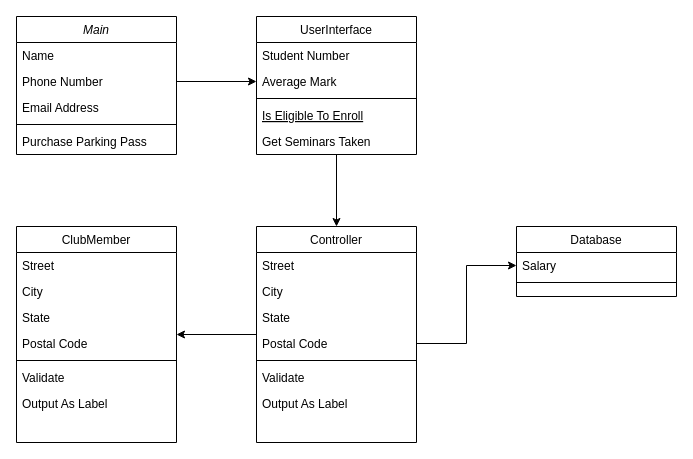
Before: Delfine Domænemodel.drawio in MarcusFN/DelfinenProject, a draw.io diagram. Source tidied: cells renumbered, new cells numbered last; positions are measured from the earlier drawing's top-left corner, leaving out a move shared by most shapes. Both pictures are drawn from the tidied source at 100%, with x=0, y=0 at pixel (16, 16).
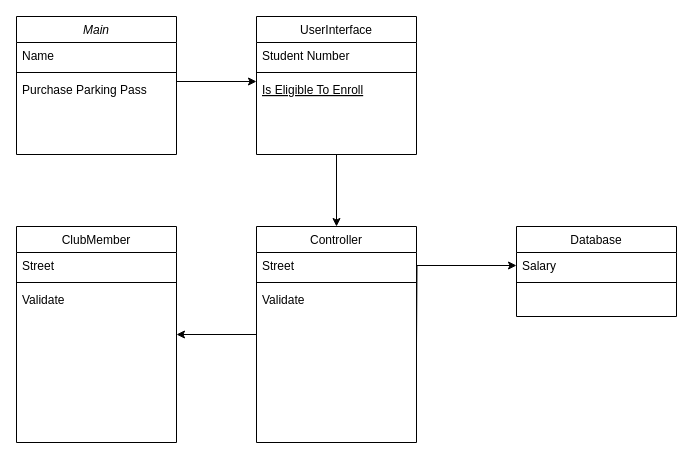
After the change.

The change refers to these unchanged cells:
```xml
<mxCell id="2" value="Main" style="swimlane;fontStyle=2;align=center;verticalAlign=top;horizontal=1;startSize=26;rounded=0;shadow=0;strokeWidth=1;" parent="1" vertex="1">
  <mxGeometry width="160" height="138" as="geometry" />
</mxCell>
<mxCell id="9" value="UserInterface" style="swimlane;fontStyle=0;align=center;verticalAlign=top;horizontal=1;startSize=26;rounded=0;shadow=0;strokeWidth=1;" parent="1" vertex="1">
  <mxGeometry x="240" width="160" height="138" as="geometry" />
</mxCell>
<mxCell id="16" value="Salary" style="text;align=left;verticalAlign=top;spacingLeft=4;spacingRight=4;overflow=hidden;points=[[0,0.5],[1,0.5]];portConstraint=eastwest;" parent="15" vertex="1">
  <mxGeometry y="26" width="160" height="26" as="geometry" />
</mxCell>
<mxCell id="19" value="Controller" style="swimlane;fontStyle=0;align=center;verticalAlign=top;horizontal=1;startSize=26;rounded=0;shadow=0;strokeWidth=1;" parent="1" vertex="1">
  <mxGeometry x="240" y="210" width="160" height="216" as="geometry" />
</mxCell>
<mxCell id="29" value="ClubMember" style="swimlane;fontStyle=0;align=center;verticalAlign=top;horizontal=1;startSize=26;rounded=0;shadow=0;strokeWidth=1;" parent="1" vertex="1">
  <mxGeometry y="210" width="160" height="216" as="geometry" />
</mxCell>
```

Change to the diagram source:
```diff
@@
-    <mxCell id="4" value="Phone Number" style="text;align=left;verticalAlign=top;spacingLeft=4;spacingRight=4;overflow=hidden;points=[[0,0.5],[1,0.5]];portConstraint=eastwest;rounded=0;shadow=0;html=0;" parent="2" vertex="1">
-      <mxGeometry y="52" width="160" height="26" as="geometry" />
-    </mxCell>
-    <mxCell id="5" value="Email Address" style="text;align=left;verticalAlign=top;spacingLeft=4;spacingRight=4;overflow=hidden;rounded=0;shadow=0;html=0;" parent="2" vertex="1">
-      <mxGeometry y="78" width="160" height="26" as="geometry" />
-    </mxCell>
     <mxCell id="6" style="line;html=1;strokeWidth=1;align=left;verticalAlign=middle;spacingTop=-1;spacingLeft=3;spacingRight=3;labelPosition=right;" parent="2" vertex="1">
-      <mxGeometry y="104" width="160" height="8" as="geometry" />
+      <mxGeometry y="52" width="160" height="8" as="geometry" />
     </mxCell>
     <mxCell id="7" value="Purchase Parking Pass" style="text;align=left;verticalAlign=top;spacingLeft=4;spacingRight=4;overflow=hidden;" parent="2" vertex="1">
-      <mxGeometry y="112" width="160" height="26" as="geometry" />
+      <mxGeometry y="60" width="160" height="26" as="geometry" />
     </mxCell>
@@
-    <mxCell id="11" value="Average Mark" style="text;align=left;verticalAlign=top;spacingLeft=4;spacingRight=4;overflow=hidden;points=[[0,0.5],[1,0.5]];portConstraint=eastwest;rounded=0;shadow=0;html=0;" parent="9" vertex="1">
-      <mxGeometry y="52" width="160" height="26" as="geometry" />
-    </mxCell>
     <mxCell id="12" style="line;html=1;strokeWidth=1;align=left;verticalAlign=middle;spacingTop=-1;spacingLeft=3;spacingRight=3;labelPosition=right;" parent="9" vertex="1">
-      <mxGeometry y="78" width="160" height="8" as="geometry" />
+      <mxGeometry y="52" width="160" height="8" as="geometry" />
     </mxCell>
     <mxCell id="13" value="Is Eligible To Enroll" style="text;align=left;verticalAlign=top;spacingLeft=4;spacingRight=4;overflow=hidden;fontStyle=4;" parent="9" vertex="1">
-      <mxGeometry y="86" width="160" height="26" as="geometry" />
+      <mxGeometry y="60" width="160" height="26" as="geometry" />
     </mxCell>
-    <mxCell id="14" value="Get Seminars Taken" style="text;align=left;verticalAlign=top;spacingLeft=4;spacingRight=4;overflow=hidden;" parent="9" vertex="1">
-      <mxGeometry y="112" width="160" height="26" as="geometry" />
-    </mxCell>
     <mxCell id="15" value="Database" style="swimlane;fontStyle=0;align=center;verticalAlign=top;horizontal=1;startSize=26;rounded=0;shadow=0;strokeWidth=1;" parent="1" vertex="1">
-      <mxGeometry x="500" y="210" width="160" height="70" as="geometry" />
+      <mxGeometry x="500" y="210" width="160" height="90" as="geometry" />
     </mxCell>
@@
-    <mxCell id="21" value="City" style="text;align=left;verticalAlign=top;spacingLeft=4;spacingRight=4;overflow=hidden;rounded=0;shadow=0;html=0;" parent="19" vertex="1">
-      <mxGeometry y="52" width="160" height="26" as="geometry" />
-    </mxCell>
-    <mxCell id="22" value="State" style="text;align=left;verticalAlign=top;spacingLeft=4;spacingRight=4;overflow=hidden;rounded=0;shadow=0;html=0;" parent="19" vertex="1">
-      <mxGeometry y="78" width="160" height="26" as="geometry" />
-    </mxCell>
-    <mxCell id="23" value="Postal Code" style="text;align=left;verticalAlign=top;spacingLeft=4;spacingRight=4;overflow=hidden;points=[[0,0.5],[1,0.5]];portConstraint=eastwest;rounded=0;shadow=0;html=0;" parent="19" vertex="1">
-      <mxGeometry y="104" width="160" height="26" as="geometry" />
-    </mxCell>
     <mxCell id="24" style="line;html=1;strokeWidth=1;align=left;verticalAlign=middle;spacingTop=-1;spacingLeft=3;spacingRight=3;labelPosition=right;" parent="19" vertex="1">
-      <mxGeometry y="130" width="160" height="8" as="geometry" />
+      <mxGeometry y="52" width="160" height="8" as="geometry" />
     </mxCell>
     <mxCell id="25" value="Validate" style="text;align=left;verticalAlign=top;spacingLeft=4;spacingRight=4;overflow=hidden;" parent="19" vertex="1">
-      <mxGeometry y="138" width="160" height="26" as="geometry" />
+      <mxGeometry y="60" width="160" height="26" as="geometry" />
     </mxCell>
-    <mxCell id="26" value="Output As Label" style="text;align=left;verticalAlign=top;spacingLeft=4;spacingRight=4;overflow=hidden;" parent="19" vertex="1">
-      <mxGeometry y="164" width="160" height="26" as="geometry" />
-    </mxCell>
-    <mxCell id="27" style="edgeStyle=orthogonalEdgeStyle;rounded=0;jettySize=auto;html=1;entryX=0;entryY=0.5;entryDx=0;entryDy=0;" parent="1" edge="1" source="23" target="16">
-      <mxGeometry relative="1" as="geometry" />
+    <mxCell id="27" style="edgeStyle=orthogonalEdgeStyle;rounded=0;jettySize=auto;html=1;entryX=0;entryY=0.5;entryDx=0;entryDy=0;" parent="1" edge="1" target="16">
+      <mxGeometry relative="1" as="geometry">
+        <mxPoint x="400" y="327" as="sourcePoint" />
+      </mxGeometry>
     </mxCell>
-    <mxCell id="28" style="edgeStyle=orthogonalEdgeStyle;rounded=0;jettySize=auto;html=1;entryX=0;entryY=0.5;entryDx=0;entryDy=0;" parent="1" edge="1" source="4" target="11">
-      <mxGeometry relative="1" as="geometry" />
+    <mxCell id="28" style="edgeStyle=orthogonalEdgeStyle;rounded=0;orthogonalLoop=1;jettySize=auto;html=1;entryX=0;entryY=0.5;entryDx=0;entryDy=0;" parent="1" edge="1">
+      <mxGeometry relative="1" as="geometry">
+        <mxPoint x="160" y="65" as="sourcePoint" />
+        <mxPoint x="240" y="65" as="targetPoint" />
+      </mxGeometry>
     </mxCell>
@@
-    <mxCell id="31" value="City" style="text;align=left;verticalAlign=top;spacingLeft=4;spacingRight=4;overflow=hidden;rounded=0;shadow=0;html=0;" parent="29" vertex="1">
-      <mxGeometry y="52" width="160" height="26" as="geometry" />
-    </mxCell>
-    <mxCell id="32" value="State" style="text;align=left;verticalAlign=top;spacingLeft=4;spacingRight=4;overflow=hidden;rounded=0;shadow=0;html=0;" parent="29" vertex="1">
-      <mxGeometry y="78" width="160" height="26" as="geometry" />
-    </mxCell>
-    <mxCell id="33" value="Postal Code" style="text;align=left;verticalAlign=top;spacingLeft=4;spacingRight=4;overflow=hidden;rounded=0;shadow=0;html=0;" parent="29" vertex="1">
-      <mxGeometry y="104" width="160" height="26" as="geometry" />
-    </mxCell>
     <mxCell id="34" style="line;html=1;strokeWidth=1;align=left;verticalAlign=middle;spacingTop=-1;spacingLeft=3;spacingRight=3;labelPosition=right;" parent="29" vertex="1">
-      <mxGeometry y="130" width="160" height="8" as="geometry" />
+      <mxGeometry y="52" width="160" height="8" as="geometry" />
     </mxCell>
     <mxCell id="35" value="Validate" style="text;align=left;verticalAlign=top;spacingLeft=4;spacingRight=4;overflow=hidden;" parent="29" vertex="1">
-      <mxGeometry y="138" width="160" height="26" as="geometry" />
+      <mxGeometry y="60" width="160" height="26" as="geometry" />
     </mxCell>
-    <mxCell id="36" value="Output As Label" style="text;align=left;verticalAlign=top;spacingLeft=4;spacingRight=4;overflow=hidden;" parent="29" vertex="1">
-      <mxGeometry y="164" width="160" height="26" as="geometry" />
-    </mxCell>
```
